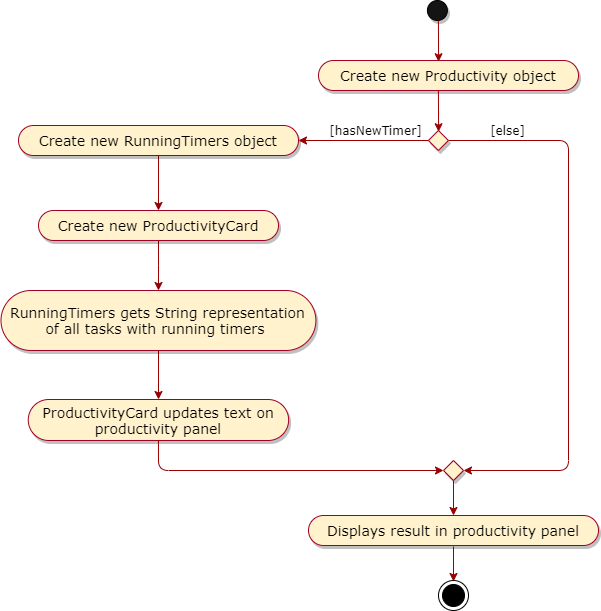
The draw.io diagram images/TimerPanelActivityDiagram.png in AY1920S2-CS2103-F09-2/main, before a commit. Source tidied: cells renumbered, new cells last; positions are measured from the earlier drawing's top-left corner, leaving out a move shared by most shapes. Its diagram source:
```xml
<mxGraphModel>
  <root>
    <mxCell id="0" />
    <mxCell id="1" parent="0" />
    <mxCell id="2" style="ellipse;whiteSpace=wrap;html=1;fillColor=#141414;shadow=1;" parent="1" vertex="1">
      <mxGeometry x="426.9" width="20" height="20" as="geometry" />
    </mxCell>
    <mxCell id="3" value="Displays result in productivity panel" style="whiteSpace=wrap;html=1;rounded=1;arcSize=50;align=center;verticalAlign=middle;strokeWidth=1;spacing=4;newEdgeStyle={&quot;edgeStyle&quot;:&quot;entityRelationEdgeStyle&quot;,&quot;startArrow&quot;:&quot;none&quot;,&quot;endArrow&quot;:&quot;none&quot;,&quot;segment&quot;:10,&quot;curved&quot;:1};shadow=1;fillColor=#fff2cc;strokeColor=#A20025;fontSize=14;fontFamily=Verdana;" parent="1" vertex="1">
      <mxGeometry x="308" y="515" width="290" height="30" as="geometry" />
    </mxCell>
    <mxCell id="4" style="rhombus;whiteSpace=wrap;html=1;shadow=1;strokeColor=#A20025;fillColor=#fff2cc;" parent="1" vertex="1">
      <mxGeometry x="443" y="460" width="20" height="20" as="geometry" />
    </mxCell>
    <mxCell id="5" style="endArrow=classic;html=1;strokeColor=#990000;entryX=0.5;entryY=0;entryDx=0;entryDy=0;exitX=0.5;exitY=1;exitDx=0;exitDy=0;" parent="1" edge="1" source="4" target="3">
      <mxGeometry relative="1" as="geometry" />
    </mxCell>
    <mxCell id="6" style="endArrow=classic;html=1;strokeColor=#990000;entryX=0.5;entryY=0;entryDx=0;entryDy=0;exitX=0.5;exitY=1;exitDx=0;exitDy=0;" parent="1" edge="1">
      <mxGeometry relative="1" as="geometry">
        <mxPoint x="453" y="546" as="sourcePoint" />
        <mxPoint x="453" y="581" as="targetPoint" />
      </mxGeometry>
    </mxCell>
    <mxCell id="7" value="Create new Productivity object" style="whiteSpace=wrap;html=1;rounded=1;arcSize=50;align=center;verticalAlign=middle;strokeWidth=1;spacing=4;newEdgeStyle={&quot;edgeStyle&quot;:&quot;entityRelationEdgeStyle&quot;,&quot;startArrow&quot;:&quot;none&quot;,&quot;endArrow&quot;:&quot;none&quot;,&quot;segment&quot;:10,&quot;curved&quot;:1};shadow=1;fillColor=#fff2cc;strokeColor=#A20025;fontFamily=Verdana;fontSize=14;" parent="1" vertex="1">
      <mxGeometry x="318" y="60" width="260" height="30" as="geometry" />
    </mxCell>
    <mxCell id="8" style="ellipse;html=1;shape=endState;fillColor=#000000;strokeColor=#000000;" parent="1" vertex="1">
      <mxGeometry x="438" y="580" width="30" height="30" as="geometry" />
    </mxCell>
    <mxCell id="9" style="edgeStyle=orthogonalEdgeStyle;rounded=0;jettySize=auto;html=1;strokeColor=#990000;" parent="1" edge="1" source="10" target="12">
      <mxGeometry relative="1" as="geometry" />
    </mxCell>
    <mxCell id="10" value="Create new ProductivityCard" style="whiteSpace=wrap;html=1;rounded=1;arcSize=50;align=center;verticalAlign=middle;strokeWidth=1;spacing=4;newEdgeStyle={&quot;edgeStyle&quot;:&quot;entityRelationEdgeStyle&quot;,&quot;startArrow&quot;:&quot;none&quot;,&quot;endArrow&quot;:&quot;none&quot;,&quot;segment&quot;:10,&quot;curved&quot;:1};shadow=1;fillColor=#fff2cc;strokeColor=#A20025;fontFamily=Verdana;fontSize=14;" parent="1" vertex="1">
      <mxGeometry x="38" y="210" width="240" height="30" as="geometry" />
    </mxCell>
    <mxCell id="11" style="edgeStyle=orthogonalEdgeStyle;rounded=0;jettySize=auto;html=1;strokeColor=#990000;" parent="1" edge="1" source="12" target="13">
      <mxGeometry relative="1" as="geometry" />
    </mxCell>
    <mxCell id="12" value="RunningTimers gets String representation of all tasks with running timers&amp;nbsp;" style="whiteSpace=wrap;html=1;rounded=1;arcSize=50;align=center;verticalAlign=middle;strokeWidth=1;spacing=4;newEdgeStyle={&quot;edgeStyle&quot;:&quot;entityRelationEdgeStyle&quot;,&quot;startArrow&quot;:&quot;none&quot;,&quot;endArrow&quot;:&quot;none&quot;,&quot;segment&quot;:10,&quot;curved&quot;:1};shadow=1;fillColor=#fff2cc;strokeColor=#A20025;fontFamily=Verdana;fontSize=14;" parent="1" vertex="1">
      <mxGeometry x="0.5" y="290" width="314.9" height="60" as="geometry" />
    </mxCell>
    <mxCell id="13" value="ProductivityCard updates text on productivity panel" style="whiteSpace=wrap;html=1;rounded=1;arcSize=50;align=center;verticalAlign=middle;strokeWidth=1;spacing=4;newEdgeStyle={&quot;edgeStyle&quot;:&quot;entityRelationEdgeStyle&quot;,&quot;startArrow&quot;:&quot;none&quot;,&quot;endArrow&quot;:&quot;none&quot;,&quot;segment&quot;:10,&quot;curved&quot;:1};shadow=1;fillColor=#fff2cc;strokeColor=#A20025;fontFamily=Verdana;fontSize=14;" parent="1" vertex="1">
      <mxGeometry x="27.8" y="399" width="260.4" height="41" as="geometry" />
    </mxCell>
    <mxCell id="14" style="edgeStyle=orthogonalEdgeStyle;rounded=0;jettySize=auto;html=1;strokeColor=#990000;" parent="1" edge="1" source="15" target="10">
      <mxGeometry relative="1" as="geometry" />
    </mxCell>
    <mxCell id="15" value="Create new RunningTimers object" style="whiteSpace=wrap;html=1;rounded=1;arcSize=50;align=center;verticalAlign=middle;strokeWidth=1;spacing=4;newEdgeStyle={&quot;edgeStyle&quot;:&quot;entityRelationEdgeStyle&quot;,&quot;startArrow&quot;:&quot;none&quot;,&quot;endArrow&quot;:&quot;none&quot;,&quot;segment&quot;:10,&quot;curved&quot;:1};shadow=1;fillColor=#fff2cc;strokeColor=#A20025;fontFamily=Verdana;fontSize=14;" parent="1" vertex="1">
      <mxGeometry x="18" y="125" width="280" height="30" as="geometry" />
    </mxCell>
    <mxCell id="16" style="rhombus;whiteSpace=wrap;html=1;shadow=1;strokeColor=#A20025;fillColor=#fff2cc;" parent="1" vertex="1">
      <mxGeometry x="427.9" y="130" width="20" height="20" as="geometry" />
    </mxCell>
    <mxCell id="17" style="endArrow=classic;html=1;exitX=0.5;exitY=1;exitDx=0;exitDy=0;entryX=0.455;entryY=0.041;entryDx=0;entryDy=0;entryPerimeter=0;strokeColor=#990000;" parent="1" edge="1">
      <mxGeometry relative="1" as="geometry">
        <mxPoint x="437.9" y="90" as="sourcePoint" />
        <mxPoint x="438.1" y="131.2" as="targetPoint" />
      </mxGeometry>
    </mxCell>
    <mxCell id="18" value="&lt;span style=&quot;font-size: 12px;&quot;&gt;[hasNewTimer]&lt;/span&gt;" style="text;html=1;align=center;verticalAlign=middle;fontFamily=Verdana;fontSize=12;" parent="1" vertex="1">
      <mxGeometry x="320.4" y="120" width="110" height="20" as="geometry" />
    </mxCell>
    <mxCell id="19" style="endArrow=classic;html=1;entryX=1;entryY=0.5;entryDx=0;entryDy=0;exitX=0;exitY=0.5;exitDx=0;exitDy=0;strokeColor=#990000;" parent="1" edge="1" source="16" target="15">
      <mxGeometry relative="1" as="geometry" />
    </mxCell>
    <mxCell id="20" style="endArrow=classic;html=1;strokeColor=#990000;entryX=1;entryY=0.5;entryDx=0;entryDy=0;" parent="1" edge="1" target="4">
      <mxGeometry relative="1" as="geometry">
        <mxPoint x="448" y="140" as="sourcePoint" />
        <Array as="points">
          <mxPoint x="568" y="140" />
          <mxPoint x="568" y="470" />
        </Array>
      </mxGeometry>
    </mxCell>
    <mxCell id="21" value="&lt;span style=&quot;font-size: 12px;&quot;&gt;[else]&lt;/span&gt;" style="text;html=1;align=center;verticalAlign=middle;fontFamily=Verdana;fontSize=12;" parent="1" vertex="1">
      <mxGeometry x="482" y="120" width="50" height="20" as="geometry" />
    </mxCell>
    <mxCell id="22" style="endArrow=classic;html=1;strokeColor=#990000;exitX=0.5;exitY=1;exitDx=0;exitDy=0;entryX=0;entryY=0.5;entryDx=0;entryDy=0;" parent="1" edge="1" source="13" target="4">
      <mxGeometry relative="1" as="geometry">
        <Array as="points">
          <mxPoint x="158" y="470" />
        </Array>
      </mxGeometry>
    </mxCell>
    <mxCell id="23" style="endArrow=classic;html=1;exitX=0.5;exitY=1;exitDx=0;exitDy=0;entryX=0.455;entryY=0.041;entryDx=0;entryDy=0;entryPerimeter=0;strokeColor=#990000;" parent="1" edge="1">
      <mxGeometry relative="1" as="geometry">
        <mxPoint x="437.9" y="20" as="sourcePoint" />
        <mxPoint x="438.1" y="61.2" as="targetPoint" />
      </mxGeometry>
    </mxCell>
  </root>
</mxGraphModel>
```
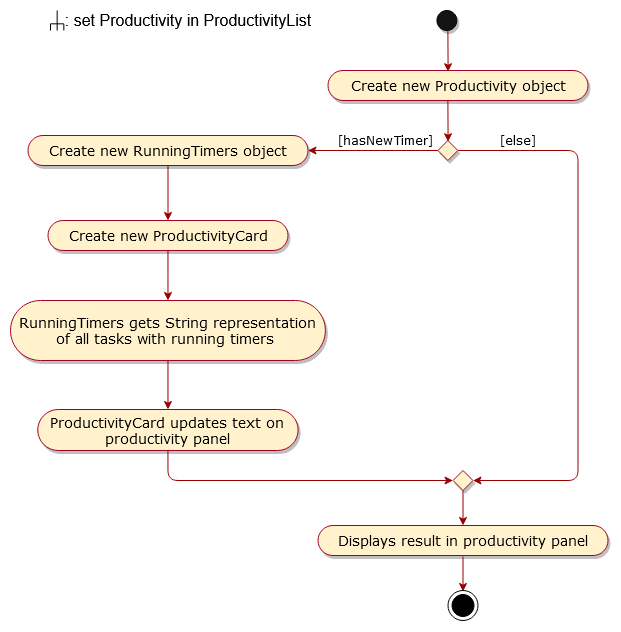
After the change.

Diff of the diagram source:
```diff
@@ -2,30 +2,30 @@
   <root>
     <mxCell id="0" />
     <mxCell id="1" parent="0" />
-    <mxCell id="2" style="ellipse;whiteSpace=wrap;html=1;fillColor=#141414;shadow=1;" parent="1" vertex="1">
-      <mxGeometry x="426.9" width="20" height="20" as="geometry" />
-    </mxCell>
+    <mxCell id="24" style="ellipse;whiteSpace=wrap;html=1;fillColor=#141414;shadow=1;" parent="1" vertex="1">
+      <mxGeometry x="426.9" width="20" height="20" as="geometry" />
+    </mxCell>
     <mxCell id="3" value="Displays result in productivity panel" style="whiteSpace=wrap;html=1;rounded=1;arcSize=50;align=center;verticalAlign=middle;strokeWidth=1;spacing=4;newEdgeStyle={&quot;edgeStyle&quot;:&quot;entityRelationEdgeStyle&quot;,&quot;startArrow&quot;:&quot;none&quot;,&quot;endArrow&quot;:&quot;none&quot;,&quot;segment&quot;:10,&quot;curved&quot;:1};shadow=1;fillColor=#fff2cc;strokeColor=#A20025;fontSize=14;fontFamily=Verdana;" parent="1" vertex="1">
       <mxGeometry x="308" y="515" width="290" height="30" as="geometry" />
     </mxCell>
-    <mxCell id="4" style="rhombus;whiteSpace=wrap;html=1;shadow=1;strokeColor=#A20025;fillColor=#fff2cc;" parent="1" vertex="1">
-      <mxGeometry x="443" y="460" width="20" height="20" as="geometry" />
-    </mxCell>
-    <mxCell id="5" style="endArrow=classic;html=1;strokeColor=#990000;entryX=0.5;entryY=0;entryDx=0;entryDy=0;exitX=0.5;exitY=1;exitDx=0;exitDy=0;" parent="1" edge="1" source="4" target="3">
-      <mxGeometry relative="1" as="geometry" />
-    </mxCell>
-    <mxCell id="6" style="endArrow=classic;html=1;strokeColor=#990000;entryX=0.5;entryY=0;entryDx=0;entryDy=0;exitX=0.5;exitY=1;exitDx=0;exitDy=0;" parent="1" edge="1">
-      <mxGeometry relative="1" as="geometry">
-        <mxPoint x="453" y="546" as="sourcePoint" />
-        <mxPoint x="453" y="581" as="targetPoint" />
-      </mxGeometry>
-    </mxCell>
+    <mxCell id="25" style="rhombus;whiteSpace=wrap;html=1;shadow=1;strokeColor=#A20025;fillColor=#fff2cc;" parent="1" vertex="1">
+      <mxGeometry x="443" y="460" width="20" height="20" as="geometry" />
+    </mxCell>
+    <mxCell id="26" style="endArrow=classic;html=1;strokeColor=#990000;entryX=0.5;entryY=0;entryDx=0;entryDy=0;exitX=0.5;exitY=1;exitDx=0;exitDy=0;" parent="1" edge="1" source="25" target="3">
+      <mxGeometry relative="1" as="geometry" />
+    </mxCell>
+    <mxCell id="27" style="endArrow=classic;html=1;strokeColor=#990000;entryX=0.5;entryY=0;entryDx=0;entryDy=0;exitX=0.5;exitY=1;exitDx=0;exitDy=0;" parent="1" edge="1">
+      <mxGeometry relative="1" as="geometry">
+        <mxPoint x="453" y="546" as="sourcePoint" />
+        <mxPoint x="453" y="581" as="targetPoint" />
+      </mxGeometry>
+    </mxCell>
     <mxCell id="7" value="Create new Productivity object" style="whiteSpace=wrap;html=1;rounded=1;arcSize=50;align=center;verticalAlign=middle;strokeWidth=1;spacing=4;newEdgeStyle={&quot;edgeStyle&quot;:&quot;entityRelationEdgeStyle&quot;,&quot;startArrow&quot;:&quot;none&quot;,&quot;endArrow&quot;:&quot;none&quot;,&quot;segment&quot;:10,&quot;curved&quot;:1};shadow=1;fillColor=#fff2cc;strokeColor=#A20025;fontFamily=Verdana;fontSize=14;" parent="1" vertex="1">
       <mxGeometry x="318" y="60" width="260" height="30" as="geometry" />
     </mxCell>
-    <mxCell id="8" style="ellipse;html=1;shape=endState;fillColor=#000000;strokeColor=#000000;" parent="1" vertex="1">
-      <mxGeometry x="438" y="580" width="30" height="30" as="geometry" />
-    </mxCell>
+    <mxCell id="28" style="ellipse;html=1;shape=endState;fillColor=#000000;strokeColor=#000000;" parent="1" vertex="1">
+      <mxGeometry x="438" y="580" width="30" height="30" as="geometry" />
+    </mxCell>
     <mxCell id="9" style="edgeStyle=orthogonalEdgeStyle;rounded=0;jettySize=auto;html=1;strokeColor=#990000;" parent="1" edge="1" source="10" target="12">
       <mxGeometry relative="1" as="geometry" />
     </mxCell>
@@ -47,45 +47,75 @@
     <mxCell id="15" value="Create new RunningTimers object" style="whiteSpace=wrap;html=1;rounded=1;arcSize=50;align=center;verticalAlign=middle;strokeWidth=1;spacing=4;newEdgeStyle={&quot;edgeStyle&quot;:&quot;entityRelationEdgeStyle&quot;,&quot;startArrow&quot;:&quot;none&quot;,&quot;endArrow&quot;:&quot;none&quot;,&quot;segment&quot;:10,&quot;curved&quot;:1};shadow=1;fillColor=#fff2cc;strokeColor=#A20025;fontFamily=Verdana;fontSize=14;" parent="1" vertex="1">
       <mxGeometry x="18" y="125" width="280" height="30" as="geometry" />
     </mxCell>
-    <mxCell id="16" style="rhombus;whiteSpace=wrap;html=1;shadow=1;strokeColor=#A20025;fillColor=#fff2cc;" parent="1" vertex="1">
-      <mxGeometry x="427.9" y="130" width="20" height="20" as="geometry" />
-    </mxCell>
-    <mxCell id="17" style="endArrow=classic;html=1;exitX=0.5;exitY=1;exitDx=0;exitDy=0;entryX=0.455;entryY=0.041;entryDx=0;entryDy=0;entryPerimeter=0;strokeColor=#990000;" parent="1" edge="1">
-      <mxGeometry relative="1" as="geometry">
-        <mxPoint x="437.9" y="90" as="sourcePoint" />
-        <mxPoint x="438.1" y="131.2" as="targetPoint" />
-      </mxGeometry>
-    </mxCell>
+    <mxCell id="29" style="rhombus;whiteSpace=wrap;html=1;shadow=1;strokeColor=#A20025;fillColor=#fff2cc;" parent="1" vertex="1">
+      <mxGeometry x="427.9" y="130" width="20" height="20" as="geometry" />
+    </mxCell>
+    <mxCell id="30" style="endArrow=classic;html=1;exitX=0.5;exitY=1;exitDx=0;exitDy=0;entryX=0.455;entryY=0.041;entryDx=0;entryDy=0;entryPerimeter=0;strokeColor=#990000;" parent="1" edge="1">
+      <mxGeometry relative="1" as="geometry">
+        <mxPoint x="437.9" y="90" as="sourcePoint" />
+        <mxPoint x="438.1" y="131.2" as="targetPoint" />
+      </mxGeometry>
+    </mxCell>
     <mxCell id="18" value="&lt;span style=&quot;font-size: 12px;&quot;&gt;[hasNewTimer]&lt;/span&gt;" style="text;html=1;align=center;verticalAlign=middle;fontFamily=Verdana;fontSize=12;" parent="1" vertex="1">
       <mxGeometry x="320.4" y="120" width="110" height="20" as="geometry" />
     </mxCell>
-    <mxCell id="19" style="endArrow=classic;html=1;entryX=1;entryY=0.5;entryDx=0;entryDy=0;exitX=0;exitY=0.5;exitDx=0;exitDy=0;strokeColor=#990000;" parent="1" edge="1" source="16" target="15">
-      <mxGeometry relative="1" as="geometry" />
-    </mxCell>
-    <mxCell id="20" style="endArrow=classic;html=1;strokeColor=#990000;entryX=1;entryY=0.5;entryDx=0;entryDy=0;" parent="1" edge="1" target="4">
-      <mxGeometry relative="1" as="geometry">
-        <mxPoint x="448" y="140" as="sourcePoint" />
-        <Array as="points">
-          <mxPoint x="568" y="140" />
-          <mxPoint x="568" y="470" />
-        </Array>
-      </mxGeometry>
-    </mxCell>
+    <mxCell id="31" style="endArrow=classic;html=1;entryX=1;entryY=0.5;entryDx=0;entryDy=0;exitX=0;exitY=0.5;exitDx=0;exitDy=0;strokeColor=#990000;" parent="1" edge="1" source="29" target="15">
+      <mxGeometry relative="1" as="geometry" />
+    </mxCell>
+    <mxCell id="32" style="endArrow=classic;html=1;strokeColor=#990000;entryX=1;entryY=0.5;entryDx=0;entryDy=0;" parent="1" edge="1" target="25">
+      <mxGeometry relative="1" as="geometry">
+        <mxPoint x="448" y="140" as="sourcePoint" />
+        <Array as="points">
+          <mxPoint x="568" y="140" />
+          <mxPoint x="568" y="470" />
+        </Array>
+      </mxGeometry>
+    </mxCell>
     <mxCell id="21" value="&lt;span style=&quot;font-size: 12px;&quot;&gt;[else]&lt;/span&gt;" style="text;html=1;align=center;verticalAlign=middle;fontFamily=Verdana;fontSize=12;" parent="1" vertex="1">
       <mxGeometry x="482" y="120" width="50" height="20" as="geometry" />
     </mxCell>
-    <mxCell id="22" style="endArrow=classic;html=1;strokeColor=#990000;exitX=0.5;exitY=1;exitDx=0;exitDy=0;entryX=0;entryY=0.5;entryDx=0;entryDy=0;" parent="1" edge="1" source="13" target="4">
-      <mxGeometry relative="1" as="geometry">
-        <Array as="points">
-          <mxPoint x="158" y="470" />
-        </Array>
-      </mxGeometry>
-    </mxCell>
-    <mxCell id="23" style="endArrow=classic;html=1;exitX=0.5;exitY=1;exitDx=0;exitDy=0;entryX=0.455;entryY=0.041;entryDx=0;entryDy=0;entryPerimeter=0;strokeColor=#990000;" parent="1" edge="1">
-      <mxGeometry relative="1" as="geometry">
-        <mxPoint x="437.9" y="20" as="sourcePoint" />
-        <mxPoint x="438.1" y="61.2" as="targetPoint" />
-      </mxGeometry>
-    </mxCell>
+    <mxCell id="33" style="endArrow=classic;html=1;strokeColor=#990000;exitX=0.5;exitY=1;exitDx=0;exitDy=0;entryX=0;entryY=0.5;entryDx=0;entryDy=0;" parent="1" edge="1" source="13" target="25">
+      <mxGeometry relative="1" as="geometry">
+        <Array as="points">
+          <mxPoint x="158" y="470" />
+        </Array>
+      </mxGeometry>
+    </mxCell>
+    <mxCell id="34" style="endArrow=classic;html=1;exitX=0.5;exitY=1;exitDx=0;exitDy=0;entryX=0.455;entryY=0.041;entryDx=0;entryDy=0;entryPerimeter=0;strokeColor=#990000;" parent="1" edge="1">
+      <mxGeometry relative="1" as="geometry">
+        <mxPoint x="437.9" y="20" as="sourcePoint" />
+        <mxPoint x="438.1" y="61.2" as="targetPoint" />
+      </mxGeometry>
+    </mxCell>
+    <mxCell id="35" value="&lt;font style=&quot;font-size: 16px&quot;&gt;: set Productivity in ProductivityList&lt;/font&gt;" style="text;html=1;strokeColor=none;fillColor=none;align=center;verticalAlign=middle;whiteSpace=wrap;rounded=0;" parent="1" vertex="1">
+      <mxGeometry x="43.4" width="270" height="20" as="geometry" />
+    </mxCell>
+    <mxCell id="36" style="group;" parent="1" vertex="1">
+      <mxGeometry x="40.5" width="13.3" height="20" as="geometry" />
+    </mxCell>
+    <mxCell id="37" style="endArrow=none;html=1;" parent="36" edge="1">
+      <mxGeometry relative="1" as="geometry">
+        <mxPoint y="13.3" as="sourcePoint" />
+        <mxPoint x="13.3" y="13.3" as="targetPoint" />
+      </mxGeometry>
+    </mxCell>
+    <mxCell id="38" style="endArrow=none;html=1;" parent="36" edge="1">
+      <mxGeometry relative="1" as="geometry">
+        <mxPoint y="20" as="sourcePoint" />
+        <mxPoint y="13.3" as="targetPoint" />
+      </mxGeometry>
+    </mxCell>
+    <mxCell id="39" style="endArrow=none;html=1;" parent="36" edge="1">
+      <mxGeometry relative="1" as="geometry">
+        <mxPoint x="6.7" y="20" as="sourcePoint" />
+        <mxPoint x="6.7" as="targetPoint" />
+      </mxGeometry>
+    </mxCell>
+    <mxCell id="40" style="endArrow=none;html=1;" parent="36" edge="1">
+      <mxGeometry relative="1" as="geometry">
+        <mxPoint x="13.3" y="20" as="sourcePoint" />
+        <mxPoint x="13.3" y="13.3" as="targetPoint" />
+      </mxGeometry>
+    </mxCell>
   </root>
 </mxGraphModel>
```
